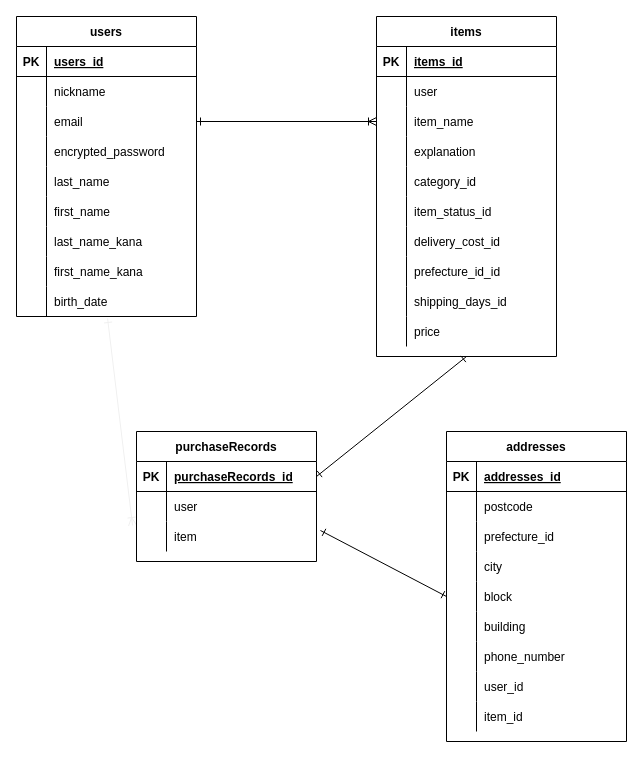
Before: db/test.dio in yuka2875/furima-36473, a draw.io diagram. Source tidied: cells renumbered, new cells numbered last; positions are measured from the earlier drawing's top-left corner, leaving out a move shared by most shapes. Both pictures are drawn from the tidied source at 100%, with x=0, y=0 at pixel (16, 16).
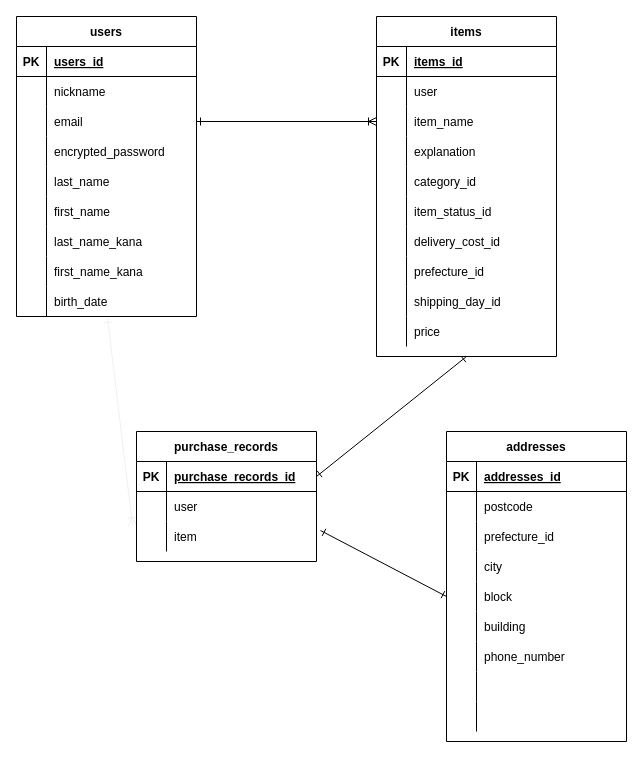
After the change.

The change refers to these unchanged cells:
```xml
<mxCell id="53" style="shape=partialRectangle;fillColor=none;top=0;left=0;bottom=0;right=0;" parent="31" vertex="1">
  <mxGeometry y="240" width="180" height="30" as="geometry" />
</mxCell>
<mxCell id="56" style="shape=partialRectangle;fillColor=none;top=0;left=0;bottom=0;right=0;" parent="31" vertex="1">
  <mxGeometry y="270" width="180" height="30" as="geometry" />
</mxCell>
<mxCell id="63" style="shape=partialRectangle;fillColor=none;top=0;left=0;bottom=1;right=0;points=[[0,0.5],[1,0.5]];portConstraint=eastwest;" parent="62" vertex="1">
  <mxGeometry y="30" width="180" height="30" as="geometry" />
</mxCell>
<mxCell id="96" style="shape=partialRectangle;fillColor=none;top=0;left=0;bottom=0;right=0;" parent="74" vertex="1">
  <mxGeometry y="240" width="180" height="30" as="geometry" />
</mxCell>
<mxCell id="99" style="shape=partialRectangle;fillColor=none;top=0;left=0;bottom=0;right=0;" parent="74" vertex="1">
  <mxGeometry y="270" width="180" height="30" as="geometry" />
</mxCell>
```

The edit, as a diff of the source:
```diff
@@
-    <mxCell id="55" value="prefecture_id_id" style="shape=partialRectangle;fillColor=none;top=0;left=0;bottom=0;right=0;align=left;spacingLeft=6;overflow=hidden;" parent="53" vertex="1">
+    <mxCell id="55" value="prefecture_id" style="shape=partialRectangle;fillColor=none;top=0;left=0;bottom=0;right=0;align=left;spacingLeft=6;overflow=hidden;" parent="53" vertex="1">
       <mxGeometry x="30" width="150" height="30" as="geometry" />
     </mxCell>
@@
-    <mxCell id="58" value="shipping_days_id" style="shape=partialRectangle;fillColor=none;top=0;left=0;bottom=0;right=0;align=left;spacingLeft=6;overflow=hidden;" parent="56" vertex="1">
+    <mxCell id="58" value="shipping_day_id" style="shape=partialRectangle;fillColor=none;top=0;left=0;bottom=0;right=0;align=left;spacingLeft=6;overflow=hidden;" parent="56" vertex="1">
       <mxGeometry x="30" width="150" height="30" as="geometry" />
     </mxCell>
@@
-    <mxCell id="62" value="purchaseRecords" style="shape=table;startSize=30;childLayout=tableLayout;rowLines=0;fontStyle=1;align=center;" parent="1" vertex="1">
+    <mxCell id="62" value="purchase_records" style="shape=table;startSize=30;childLayout=tableLayout;rowLines=0;fontStyle=1;align=center;" parent="1" vertex="1">
       <mxGeometry x="120" y="415" width="180" height="130" as="geometry" />
     </mxCell>
@@
-    <mxCell id="65" value="purchaseRecords_id" style="shape=partialRectangle;fillColor=none;top=0;left=0;bottom=0;right=0;align=left;spacingLeft=6;fontStyle=5;overflow=hidden;" parent="63" vertex="1">
+    <mxCell id="65" value="purchase_records_id" style="shape=partialRectangle;fillColor=none;top=0;left=0;bottom=0;right=0;align=left;spacingLeft=6;fontStyle=5;overflow=hidden;" parent="63" vertex="1">
       <mxGeometry x="30" width="150" height="30" as="geometry" />
     </mxCell>
@@
-    <mxCell id="98" value="user_id" style="shape=partialRectangle;fillColor=none;top=0;left=0;bottom=0;right=0;align=left;spacingLeft=6;overflow=hidden;" parent="96" vertex="1">
+    <mxCell id="98" style="shape=partialRectangle;fillColor=none;top=0;left=0;bottom=0;right=0;align=left;spacingLeft=6;overflow=hidden;" parent="96" vertex="1">
       <mxGeometry x="30" width="150" height="30" as="geometry" />
     </mxCell>
@@
-    <mxCell id="101" value="item_id" style="shape=partialRectangle;fillColor=none;top=0;left=0;bottom=0;right=0;align=left;spacingLeft=6;overflow=hidden;" parent="99" vertex="1">
+    <mxCell id="101" style="shape=partialRectangle;fillColor=none;top=0;left=0;bottom=0;right=0;align=left;spacingLeft=6;overflow=hidden;" parent="99" vertex="1">
       <mxGeometry x="30" width="150" height="30" as="geometry" />
     </mxCell>
```
